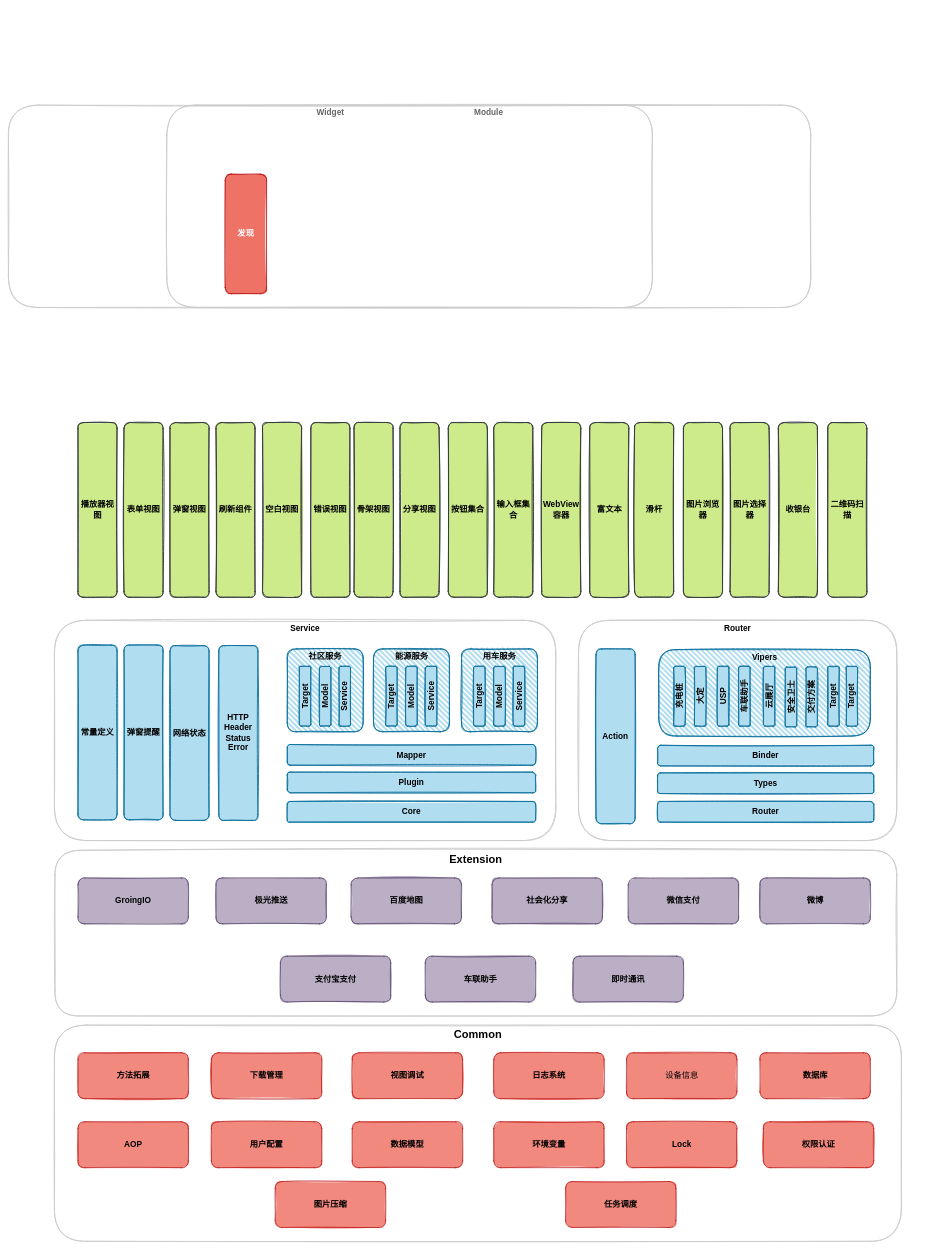
The draw.io diagram 绘图.drawio in liamxujia/diagrams, before the edit. Source tidied: cells renumbered, new cells numbered last; positions are measured from the earlier drawing's top-left corner, leaving out a move shared by most shapes. Both pictures are drawn from the tidied source at 46%, with x=0, y=0 at pixel (8, 105).
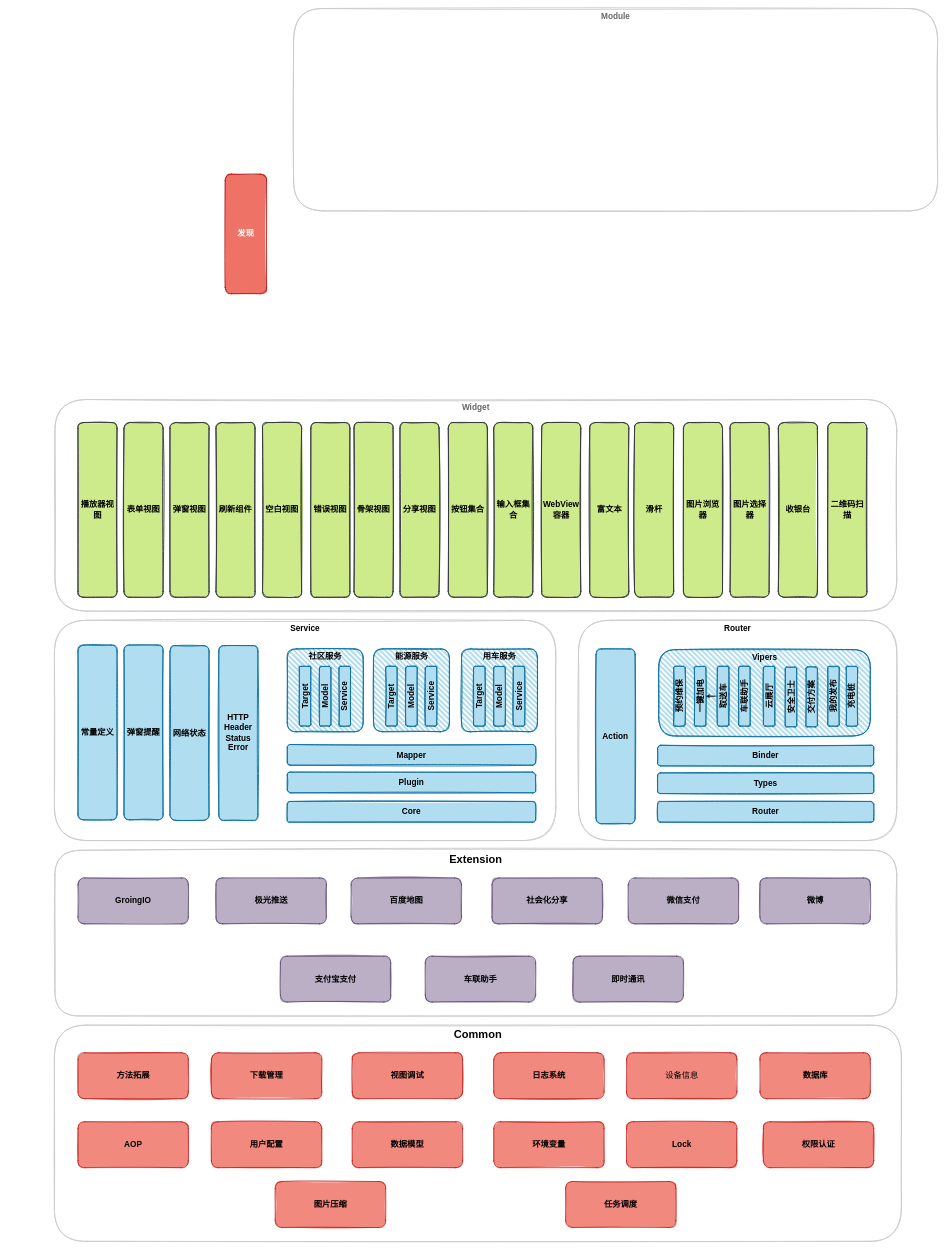
The same page after the edit.

What changed in the source:
```diff
@@
     <mxCell id="3" value="&lt;font color=&quot;#666666&quot;&gt;&lt;b&gt;&lt;font style=&quot;font-size: 18px&quot;&gt;Module&lt;/font&gt;&lt;br&gt;&lt;/b&gt;&lt;/font&gt;" style="rounded=1;whiteSpace=wrap;html=1;strokeWidth=2;fillWeight=4;hachureGap=8;hachureAngle=45;sketch=1;verticalAlign=top;gradientColor=#b3b3b3;fillColor=none;strokeColor=#CCCCCC;" parent="1" vertex="1">
-      <mxGeometry x="344.1" width="1400" height="440" as="geometry" />
+      <mxGeometry x="619.8" y="-210" width="1400" height="440" as="geometry" />
     </mxCell>
@@
     <mxCell id="10" value="&lt;font color=&quot;#666666&quot;&gt;&lt;b&gt;&lt;font style=&quot;font-size: 18px&quot;&gt;Widget&lt;/font&gt;&lt;br&gt;&lt;/b&gt;&lt;/font&gt;" style="rounded=1;whiteSpace=wrap;html=1;strokeWidth=2;fillWeight=4;hachureGap=8;hachureAngle=45;sketch=1;verticalAlign=top;gradientColor=#b3b3b3;fillColor=none;strokeColor=#CCCCCC;" parent="1" vertex="1">
-      <mxGeometry x="-0.2" width="1400" height="440" as="geometry" />
+      <mxGeometry x="101" y="640" width="1830" height="460" as="geometry" />
     </mxCell>
@@
-    <mxCell id="44" value="充电桩" style="rounded=1;whiteSpace=wrap;html=1;strokeWidth=2;fillWeight=4;hachureGap=8;hachureAngle=45;sketch=1;shadow=0;glass=0;strokeColor=#10739e;fillColor=#b1ddf0;fontSize=18;fontStyle=1;horizontal=0;fillStyle=solid;fontFamily=Helvetica;" parent="1" vertex="1">
+    <mxCell id="44" value="预约维保" style="rounded=1;whiteSpace=wrap;html=1;strokeWidth=2;fillWeight=4;hachureGap=8;hachureAngle=45;sketch=1;shadow=0;glass=0;strokeColor=#10739e;fillColor=#b1ddf0;fontSize=18;fontStyle=1;horizontal=0;fillStyle=solid;fontFamily=Helvetica;" parent="1" vertex="1">
       <mxGeometry x="1446" y="1220" width="25" height="130" as="geometry" />
     </mxCell>
-    <mxCell id="45" value="大定" style="rounded=1;whiteSpace=wrap;html=1;strokeWidth=2;fillWeight=4;hachureGap=8;hachureAngle=45;sketch=1;shadow=0;glass=0;strokeColor=#10739e;fillColor=#b1ddf0;fontSize=18;fontStyle=1;horizontal=0;fillStyle=solid;fontFamily=Helvetica;" parent="1" vertex="1">
+    <mxCell id="45" value="一键加电" style="rounded=1;whiteSpace=wrap;html=1;strokeWidth=2;fillWeight=4;hachureGap=8;hachureAngle=45;sketch=1;shadow=0;glass=0;strokeColor=#10739e;fillColor=#b1ddf0;fontSize=18;fontStyle=1;horizontal=0;fillStyle=solid;fontFamily=Helvetica;" parent="1" vertex="1">
       <mxGeometry x="1491" y="1220" width="25" height="130" as="geometry" />
     </mxCell>
+    <mxCell id="82" style="edgeStyle=orthogonalEdgeStyle;rounded=0;jettySize=auto;html=1;fontFamily=Helvetica;fontSize=18;fontColor=#000000;" parent="1" edge="1" source="46" target="45">
+      <mxGeometry relative="1" as="geometry" />
+    </mxCell>
-    <mxCell id="46" value="USP" style="rounded=1;whiteSpace=wrap;html=1;strokeWidth=2;fillWeight=4;hachureGap=8;hachureAngle=45;sketch=1;shadow=0;glass=0;strokeColor=#10739e;fillColor=#b1ddf0;fontSize=18;fontStyle=1;horizontal=0;fillStyle=solid;fontFamily=Helvetica;" parent="1" vertex="1">
+    <mxCell id="46" value="取送车" style="rounded=1;whiteSpace=wrap;html=1;strokeWidth=2;fillWeight=4;hachureGap=8;hachureAngle=45;sketch=1;shadow=0;glass=0;strokeColor=#10739e;fillColor=#b1ddf0;fontSize=18;fontStyle=1;horizontal=0;fillStyle=solid;fontFamily=Helvetica;" parent="1" vertex="1">
       <mxGeometry x="1541" y="1220" width="25" height="130" as="geometry" />
     </mxCell>
@@
-    <mxCell id="51" value="Target" style="rounded=1;whiteSpace=wrap;html=1;strokeWidth=2;fillWeight=4;hachureGap=8;hachureAngle=45;sketch=1;shadow=0;glass=0;strokeColor=#10739e;fillColor=#b1ddf0;fontSize=18;fontStyle=1;horizontal=0;fillStyle=solid;fontFamily=Helvetica;" parent="1" vertex="1">
+    <mxCell id="51" value="我的发布" style="rounded=1;whiteSpace=wrap;html=1;strokeWidth=2;fillWeight=4;hachureGap=8;hachureAngle=45;sketch=1;shadow=0;glass=0;strokeColor=#10739e;fillColor=#b1ddf0;fontSize=18;fontStyle=1;horizontal=0;fillStyle=solid;fontFamily=Helvetica;" parent="1" vertex="1">
       <mxGeometry x="1781" y="1220" width="25" height="130" as="geometry" />
     </mxCell>
-    <mxCell id="52" value="Target" style="rounded=1;whiteSpace=wrap;html=1;strokeWidth=2;fillWeight=4;hachureGap=8;hachureAngle=45;sketch=1;shadow=0;glass=0;strokeColor=#10739e;fillColor=#b1ddf0;fontSize=18;fontStyle=1;horizontal=0;fillStyle=solid;fontFamily=Helvetica;" parent="1" vertex="1">
+    <mxCell id="52" value="充电桩" style="rounded=1;whiteSpace=wrap;html=1;strokeWidth=2;fillWeight=4;hachureGap=8;hachureAngle=45;sketch=1;shadow=0;glass=0;strokeColor=#10739e;fillColor=#b1ddf0;fontSize=18;fontStyle=1;horizontal=0;fillStyle=solid;fontFamily=Helvetica;" parent="1" vertex="1">
       <mxGeometry x="1821" y="1220" width="25" height="130" as="geometry" />
     </mxCell>
```
